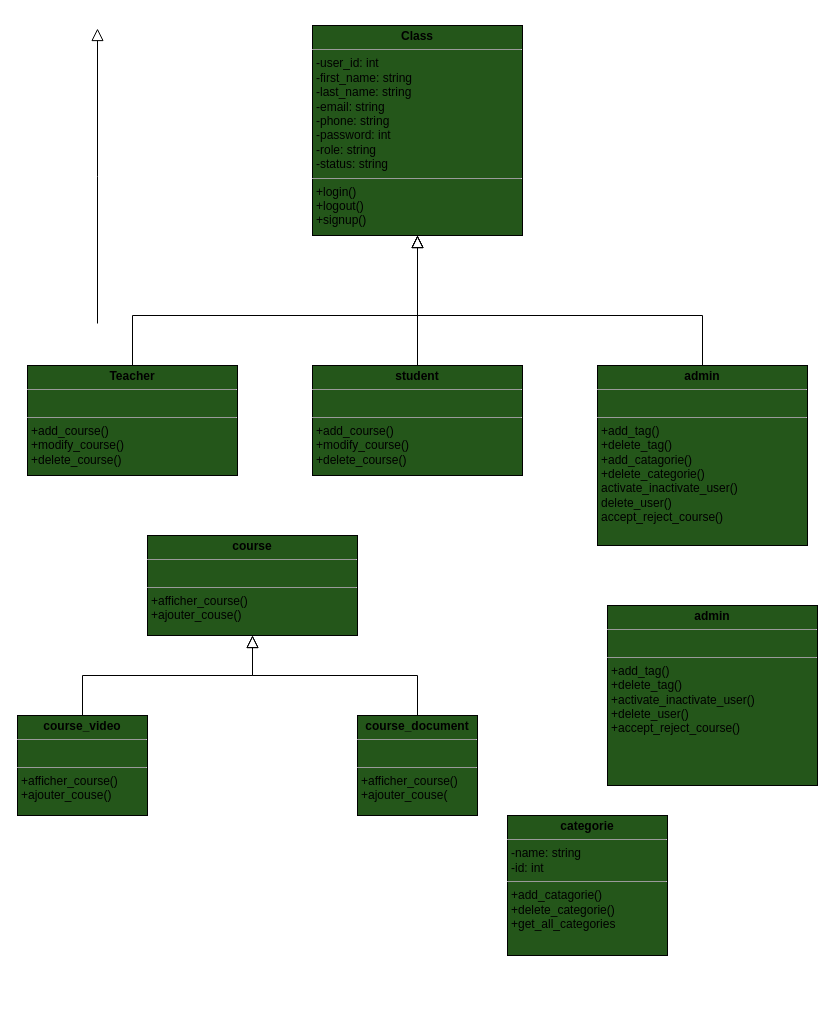
Earlier version of the draw.io diagram page "Page-1" (1 of 2) of UML/diagramme_de_classe.drawio (Abderrahman-Ahouari/brief-crois-e-2-Plateforme-de-Cours-en-Ligne-Youdemy). Source tidied: cells renumbered, new cells numbered last; positions are measured from the earlier drawing's top-left corner, leaving out a move shared by most shapes. Both pictures are drawn from the tidied source at 100%, with x=0, y=0 at pixel (17, 25).
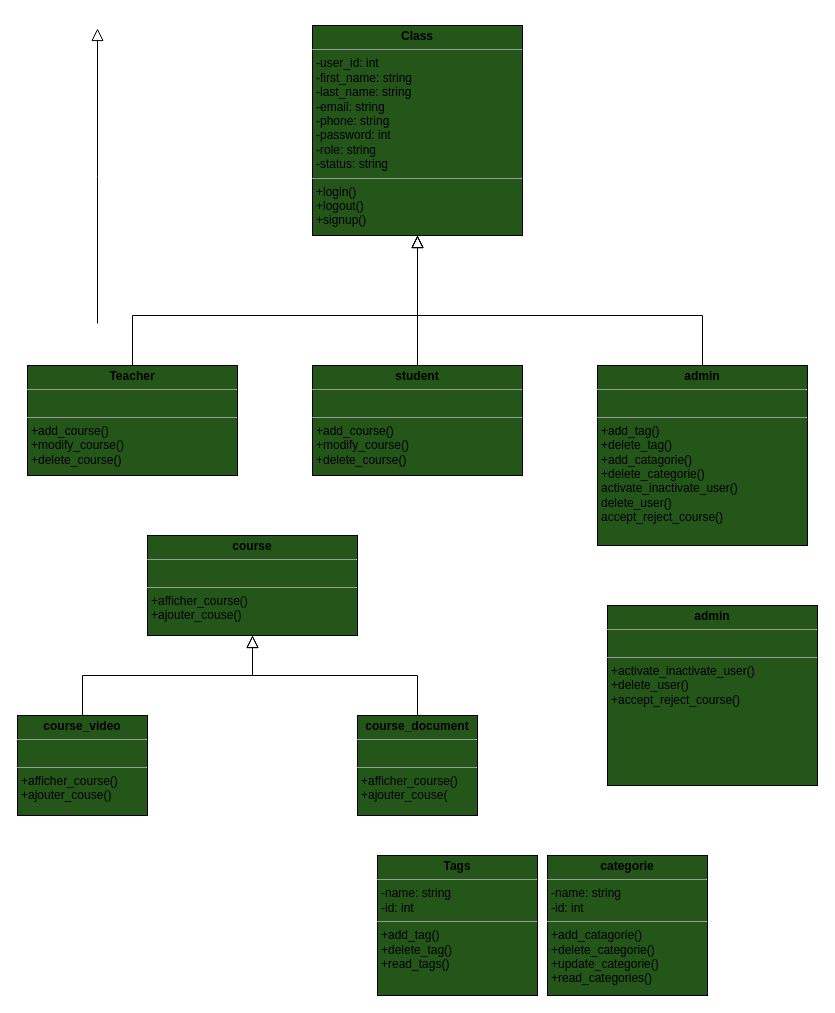
After the change.

Commit message (it also covers changes not shown here):
finished working on the tags methods

The edit, as a diff of the source:
```diff
@@
-    <mxCell id="15" value="&lt;p style=&quot;margin:0px;margin-top:4px;text-align:center;&quot;&gt;&lt;b&gt;categorie&lt;/b&gt;&lt;/p&gt;&lt;hr size=&quot;1&quot;&gt;&lt;p style=&quot;margin:0px;margin-left:4px;&quot;&gt;-name: string&lt;/p&gt;&lt;p style=&quot;margin:0px;margin-left:4px;&quot;&gt;-id: int&lt;/p&gt;&lt;hr size=&quot;1&quot;&gt;&lt;p style=&quot;margin:0px;margin-left:4px;&quot;&gt;&lt;span style=&quot;background-color: initial;&quot;&gt;+add_catagorie()&lt;/span&gt;&lt;br&gt;&lt;/p&gt;&lt;p style=&quot;margin: 0px 0px 0px 4px;&quot;&gt;+delete_categorie()&lt;/p&gt;&lt;p style=&quot;margin: 0px 0px 0px 4px;&quot;&gt;+get_all_categories&lt;/p&gt;&lt;p style=&quot;margin: 0px 0px 0px 4px;&quot;&gt;&lt;br&gt;&lt;/p&gt;" style="verticalAlign=top;align=left;overflow=fill;fontSize=12;fontFamily=Helvetica;html=1;fillColor=#24561A;" parent="1" vertex="1">
-      <mxGeometry x="490" y="790" width="160" height="140" as="geometry" />
+    <mxCell id="15" value="&lt;p style=&quot;margin:0px;margin-top:4px;text-align:center;&quot;&gt;&lt;b&gt;categorie&lt;/b&gt;&lt;/p&gt;&lt;hr size=&quot;1&quot;&gt;&lt;p style=&quot;margin:0px;margin-left:4px;&quot;&gt;-name: string&lt;/p&gt;&lt;p style=&quot;margin:0px;margin-left:4px;&quot;&gt;-id: int&lt;/p&gt;&lt;hr size=&quot;1&quot;&gt;&lt;p style=&quot;margin:0px;margin-left:4px;&quot;&gt;&lt;span style=&quot;background-color: initial;&quot;&gt;+add_catagorie()&lt;/span&gt;&lt;br&gt;&lt;/p&gt;&lt;p style=&quot;margin: 0px 0px 0px 4px;&quot;&gt;+delete_categorie()&lt;/p&gt;&lt;p style=&quot;margin: 0px 0px 0px 4px;&quot;&gt;+update_categorie()&lt;/p&gt;&lt;p style=&quot;margin: 0px 0px 0px 4px;&quot;&gt;+read_categories()&lt;/p&gt;&lt;p style=&quot;margin: 0px 0px 0px 4px;&quot;&gt;&lt;br&gt;&lt;/p&gt;" style="verticalAlign=top;align=left;overflow=fill;fontSize=12;fontFamily=Helvetica;html=1;fillColor=#24561A;" parent="1" vertex="1">
+      <mxGeometry x="530" y="830" width="160" height="140" as="geometry" />
     </mxCell>
-    <mxCell id="16" value="&lt;p style=&quot;margin:0px;margin-top:4px;text-align:center;&quot;&gt;&lt;b&gt;admin&lt;/b&gt;&lt;/p&gt;&lt;hr size=&quot;1&quot;&gt;&lt;p style=&quot;margin:0px;margin-left:4px;&quot;&gt;&lt;br&gt;&lt;/p&gt;&lt;hr size=&quot;1&quot;&gt;&lt;p style=&quot;margin:0px;margin-left:4px;&quot;&gt;+add_tag()&lt;/p&gt;&lt;p style=&quot;margin:0px;margin-left:4px;&quot;&gt;+delete_tag()&lt;/p&gt;&lt;p style=&quot;margin: 0px 0px 0px 4px;&quot;&gt;+activate_inactivate_user()&lt;/p&gt;&lt;p style=&quot;margin: 0px 0px 0px 4px;&quot;&gt;+delete_user()&lt;/p&gt;&lt;p style=&quot;margin: 0px 0px 0px 4px;&quot;&gt;+accept_reject_course()&lt;/p&gt;" style="verticalAlign=top;align=left;overflow=fill;fontSize=12;fontFamily=Helvetica;html=1;fillColor=#24561A;" parent="1" vertex="1">
+    <mxCell id="16" value="&lt;p style=&quot;margin:0px;margin-top:4px;text-align:center;&quot;&gt;&lt;b&gt;admin&lt;/b&gt;&lt;/p&gt;&lt;hr size=&quot;1&quot;&gt;&lt;p style=&quot;margin:0px;margin-left:4px;&quot;&gt;&lt;br&gt;&lt;/p&gt;&lt;hr size=&quot;1&quot;&gt;&lt;p style=&quot;margin:0px;margin-left:4px;&quot;&gt;&lt;span style=&quot;background-color: initial;&quot;&gt;+activate_inactivate_user()&lt;/span&gt;&lt;br&gt;&lt;/p&gt;&lt;p style=&quot;margin: 0px 0px 0px 4px;&quot;&gt;+delete_user()&lt;/p&gt;&lt;p style=&quot;margin: 0px 0px 0px 4px;&quot;&gt;+accept_reject_course()&lt;/p&gt;" style="verticalAlign=top;align=left;overflow=fill;fontSize=12;fontFamily=Helvetica;html=1;fillColor=#24561A;" parent="1" vertex="1">
       <mxGeometry x="590" y="580" width="210" height="180" as="geometry" />
     </mxCell>
+    <mxCell id="17" value="&lt;p style=&quot;margin:0px;margin-top:4px;text-align:center;&quot;&gt;&lt;b&gt;Tags&lt;/b&gt;&lt;/p&gt;&lt;hr size=&quot;1&quot;&gt;&lt;p style=&quot;margin:0px;margin-left:4px;&quot;&gt;-name: string&lt;/p&gt;&lt;p style=&quot;margin:0px;margin-left:4px;&quot;&gt;-id: int&lt;/p&gt;&lt;hr size=&quot;1&quot;&gt;&lt;p style=&quot;margin:0px;margin-left:4px;&quot;&gt;&lt;span style=&quot;background-color: initial;&quot;&gt;+add_tag()&lt;/span&gt;&lt;br&gt;&lt;/p&gt;&lt;p style=&quot;margin: 0px 0px 0px 4px;&quot;&gt;+delete_tag()&lt;/p&gt;&lt;p style=&quot;margin: 0px 0px 0px 4px;&quot;&gt;+read_tags()&lt;/p&gt;&lt;p style=&quot;margin: 0px 0px 0px 4px;&quot;&gt;&lt;br&gt;&lt;/p&gt;" style="verticalAlign=top;align=left;overflow=fill;fontSize=12;fontFamily=Helvetica;html=1;fillColor=#24561A;" parent="1" vertex="1">
+      <mxGeometry x="360" y="830" width="160" height="140" as="geometry" />
+    </mxCell>
```
